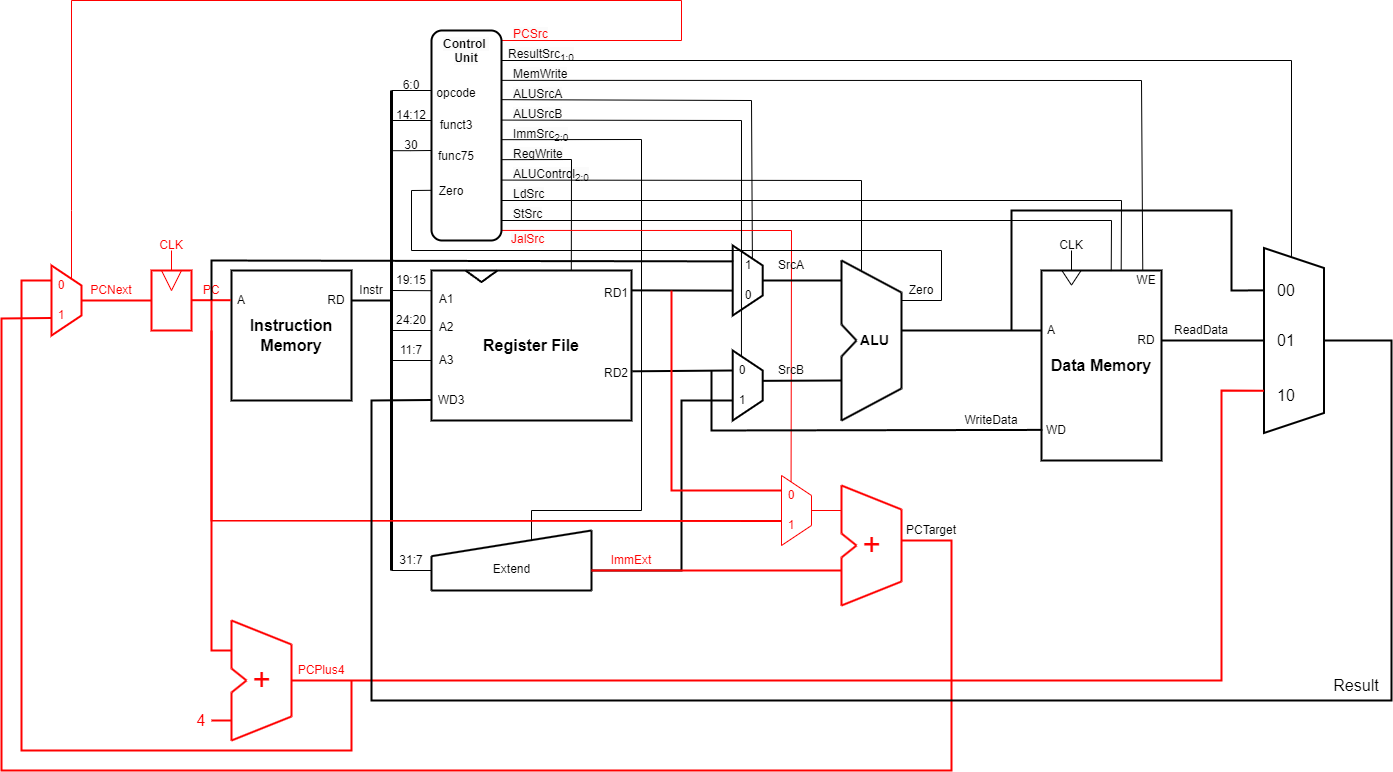
franfafdaf/IAC_23autumn_Group17-Coursework keeps this draw.io diagram as Images/PC.png. Above is the earlier version. Source tidied: cells renumbered, new cells last; positions are measured from the earlier drawing's top-left corner, leaving out a move shared by most shapes.
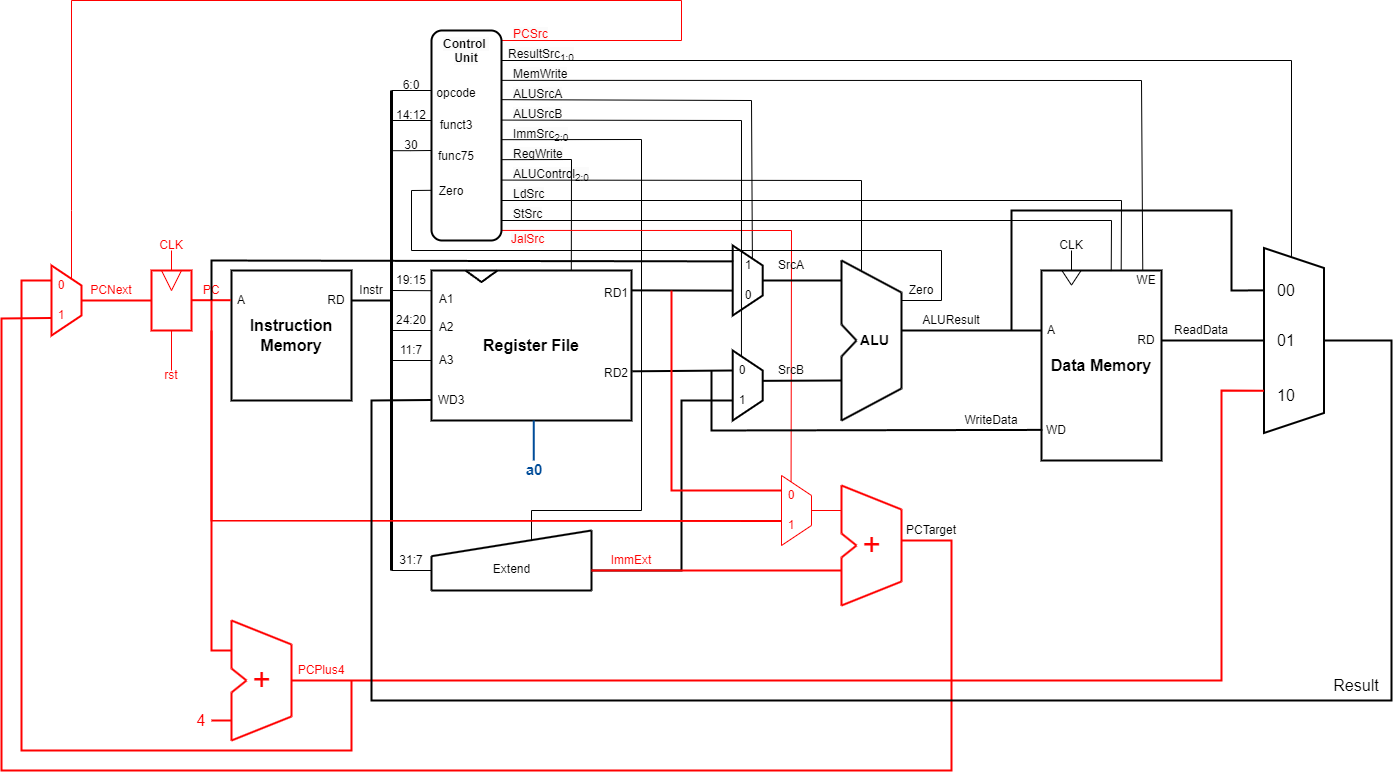
Later version of the same file.

Diff of the diagram source:
```diff
@@ -781,5 +781,26 @@
         </Array>
       </mxGeometry>
     </mxCell>
+    <mxCell id="166" value="ALUResult" style="text;strokeColor=none;align=center;fillColor=none;html=1;verticalAlign=middle;whiteSpace=wrap;rounded=0;" parent="1" vertex="1">
+      <mxGeometry x="920" y="305" width="60" height="30" as="geometry" />
+    </mxCell>
+    <mxCell id="167" style="endArrow=none;html=1;rounded=0;strokeColor=#FF0000;" parent="1" edge="1">
+      <mxGeometry relative="1" as="geometry">
+        <mxPoint x="170" y="370" as="sourcePoint" />
+        <mxPoint x="170" y="330" as="targetPoint" />
+      </mxGeometry>
+    </mxCell>
+    <mxCell id="168" value="&lt;font color=&quot;#ff0000&quot;&gt;rst&lt;/font&gt;" style="text;html=1;strokeColor=none;fillColor=none;align=center;verticalAlign=middle;whiteSpace=wrap;rounded=0;" parent="1" vertex="1">
+      <mxGeometry x="140" y="360" width="60" height="30" as="geometry" />
+    </mxCell>
+    <mxCell id="169" style="endArrow=none;html=1;rounded=0;strokeColor=#004C99;strokeWidth=2;" parent="1" edge="1">
+      <mxGeometry relative="1" as="geometry">
+        <mxPoint x="532.3" y="460" as="sourcePoint" />
+        <mxPoint x="532.3" y="420" as="targetPoint" />
+      </mxGeometry>
+    </mxCell>
+    <mxCell id="170" value="&lt;font size=&quot;1&quot; color=&quot;#004c99&quot; style=&quot;&quot;&gt;&lt;b style=&quot;font-size: 15px;&quot;&gt;a0&lt;/b&gt;&lt;/font&gt;" style="text;html=1;strokeColor=none;fillColor=none;align=center;verticalAlign=middle;whiteSpace=wrap;rounded=0;" parent="1" vertex="1">
+      <mxGeometry x="502.5" y="454" width="60" height="30" as="geometry" />
+    </mxCell>
   </root>
 </mxGraphModel>
```
